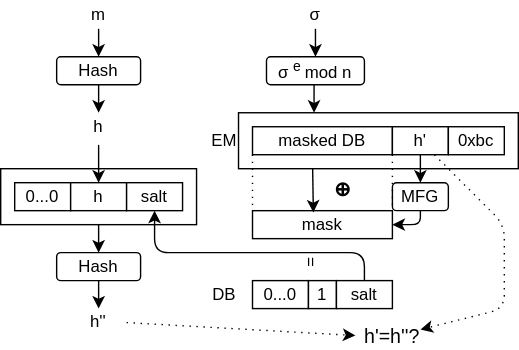
Earlier version of the draw.io export images/lec-rsassa-pss-verify.drawio.svg (herumi/lecture-crypto). Source tidied: cells renumbered, new cells last; positions are measured from the earlier drawing's top-left corner, leaving out a move shared by most shapes.
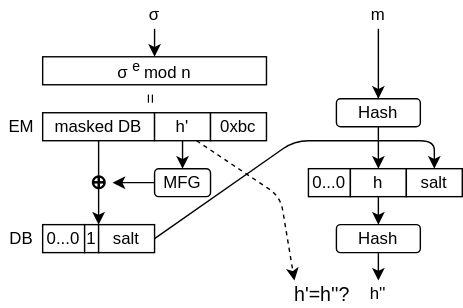
The same file after the commit.

Change to the diagram source:
```diff
@@ -2,153 +2,115 @@
   <root>
     <mxCell id="0" />
     <mxCell id="1" parent="0" />
-    <mxCell id="2" style="rounded=0;whiteSpace=wrap;html=1;" parent="1" vertex="1">
-      <mxGeometry y="120" width="140" height="40" as="geometry" />
-    </mxCell>
     <mxCell id="3" value="&lt;h3 class=&quot;displayString&quot;&gt;⊕&lt;/h3&gt;" style="text;html=1;align=center;verticalAlign=middle;whiteSpace=wrap;rounded=0;" parent="1" vertex="1">
-      <mxGeometry x="230" y="120" width="30" height="30" as="geometry" />
+      <mxGeometry x="210" y="130" width="20" height="20" as="geometry" />
     </mxCell>
-    <mxCell id="4" style="rounded=0;whiteSpace=wrap;html=1;" parent="1" vertex="1">
-      <mxGeometry x="170" y="80" width="200" height="40" as="geometry" />
-    </mxCell>
-    <mxCell id="5" style="edgeStyle=none;html=1;exitX=1;exitY=1;exitDx=0;exitDy=0;entryX=0;entryY=0;entryDx=0;entryDy=0;endArrow=none;endFill=0;dashed=1;dashPattern=1 4;" parent="1" edge="1" source="30" target="21">
-      <mxGeometry relative="1" as="geometry" />
-    </mxCell>
     <mxCell id="6" value="m" style="text;html=1;align=center;verticalAlign=middle;whiteSpace=wrap;rounded=0;" parent="1" vertex="1">
-      <mxGeometry x="50" width="40" height="20" as="geometry" />
+      <mxGeometry x="400" y="10" width="40" height="20" as="geometry" />
     </mxCell>
     <mxCell id="7" style="edgeStyle=none;html=1;entryX=0.5;entryY=0;entryDx=0;entryDy=0;" parent="1" edge="1" target="9">
       <mxGeometry relative="1" as="geometry">
-        <mxPoint x="70" y="110" as="sourcePoint" />
+        <mxPoint x="420" y="110" as="sourcePoint" />
         <Array as="points">
-          <mxPoint x="70" y="100" />
+          <mxPoint x="420" y="70" />
         </Array>
       </mxGeometry>
     </mxCell>
     <mxCell id="8" value="0...0" style="rounded=0;whiteSpace=wrap;html=1;" parent="1" vertex="1">
-      <mxGeometry x="10" y="130" width="40" height="20" as="geometry" />
+      <mxGeometry x="370" y="130" width="30" height="20" as="geometry" />
     </mxCell>
     <mxCell id="9" value="h" style="rounded=0;whiteSpace=wrap;html=1;" parent="1" vertex="1">
-      <mxGeometry x="50" y="130" width="40" height="20" as="geometry" />
+      <mxGeometry x="400" y="130" width="40" height="20" as="geometry" />
     </mxCell>
     <mxCell id="10" value="salt" style="rounded=0;whiteSpace=wrap;html=1;" parent="1" vertex="1">
-      <mxGeometry x="90" y="130" width="40" height="20" as="geometry" />
+      <mxGeometry x="440" y="130" width="40" height="20" as="geometry" />
     </mxCell>
     <mxCell id="11" style="edgeStyle=none;html=1;exitX=0.5;exitY=1;exitDx=0;exitDy=0;entryX=0.5;entryY=0;entryDx=0;entryDy=0;" parent="1" edge="1" source="12" target="31">
       <mxGeometry relative="1" as="geometry" />
     </mxCell>
     <mxCell id="12" value="σ" style="text;html=1;align=center;verticalAlign=middle;whiteSpace=wrap;rounded=0;" parent="1" vertex="1">
-      <mxGeometry x="200" width="50" height="20" as="geometry" />
+      <mxGeometry x="240" y="10" width="40" height="20" as="geometry" />
     </mxCell>
     <mxCell id="13" style="edgeStyle=none;html=1;exitX=0.5;exitY=1;exitDx=0;exitDy=0;entryX=0.5;entryY=0;entryDx=0;entryDy=0;" parent="1" edge="1" source="6" target="15">
       <mxGeometry relative="1" as="geometry" />
     </mxCell>
-    <mxCell id="14" style="edgeStyle=none;html=1;exitX=0.5;exitY=1;exitDx=0;exitDy=0;entryX=0.5;entryY=0;entryDx=0;entryDy=0;" parent="1" edge="1" source="15" target="20">
-      <mxGeometry relative="1" as="geometry" />
-    </mxCell>
     <mxCell id="15" value="Hash" style="rounded=1;whiteSpace=wrap;html=1;" parent="1" vertex="1">
-      <mxGeometry x="40" y="40" width="60" height="20" as="geometry" />
+      <mxGeometry x="390" y="80" width="60" height="20" as="geometry" />
     </mxCell>
     <mxCell id="16" value="0...0" style="rounded=0;whiteSpace=wrap;html=1;" parent="1" vertex="1">
-      <mxGeometry x="180" y="200" width="40" height="20" as="geometry" />
+      <mxGeometry x="180" y="170" width="30" height="20" as="geometry" />
     </mxCell>
     <mxCell id="17" value="1" style="rounded=0;whiteSpace=wrap;html=1;" parent="1" vertex="1">
-      <mxGeometry x="220" y="200" width="20" height="20" as="geometry" />
+      <mxGeometry x="210" y="170" width="10" height="20" as="geometry" />
     </mxCell>
-    <mxCell id="18" style="edgeStyle=none;html=1;exitX=0.5;exitY=0;exitDx=0;exitDy=0;entryX=0.5;entryY=1;entryDx=0;entryDy=0;" parent="1" edge="1" source="19" target="10">
-      <mxGeometry relative="1" as="geometry">
-        <Array as="points">
-          <mxPoint x="260" y="180" />
-          <mxPoint x="110" y="180" />
-        </Array>
-      </mxGeometry>
-    </mxCell>
     <mxCell id="19" value="salt" style="rounded=0;whiteSpace=wrap;html=1;" parent="1" vertex="1">
-      <mxGeometry x="240" y="200" width="40" height="20" as="geometry" />
+      <mxGeometry x="220" y="170" width="40" height="20" as="geometry" />
     </mxCell>
-    <mxCell id="20" value="h" style="text;html=1;align=center;verticalAlign=middle;whiteSpace=wrap;rounded=0;" parent="1" vertex="1">
-      <mxGeometry x="50" y="80" width="40" height="20" as="geometry" />
-    </mxCell>
-    <mxCell id="21" value="mask" style="rounded=0;whiteSpace=wrap;html=1;" parent="1" vertex="1">
-      <mxGeometry x="180" y="150" width="100" height="20" as="geometry" />
-    </mxCell>
-    <mxCell id="22" style="edgeStyle=none;html=1;exitX=0.5;exitY=1;exitDx=0;exitDy=0;entryX=1;entryY=0.5;entryDx=0;entryDy=0;" parent="1" edge="1" source="23" target="21">
-      <mxGeometry relative="1" as="geometry">
-        <Array as="points">
-          <mxPoint x="300" y="160" />
-        </Array>
-      </mxGeometry>
+    <mxCell id="22" style="edgeStyle=none;html=1;exitX=0;exitY=0.5;exitDx=0;exitDy=0;entryX=1;entryY=0.5;entryDx=0;entryDy=0;" parent="1" edge="1" source="23" target="3">
+      <mxGeometry relative="1" as="geometry" />
     </mxCell>
     <mxCell id="23" value="MFG" style="rounded=1;whiteSpace=wrap;html=1;" parent="1" vertex="1">
-      <mxGeometry x="280" y="130" width="40" height="20" as="geometry" />
+      <mxGeometry x="260" y="130" width="40" height="20" as="geometry" />
     </mxCell>
     <mxCell id="24" value="masked DB" style="rounded=0;whiteSpace=wrap;html=1;" parent="1" vertex="1">
-      <mxGeometry x="180" y="90" width="100" height="20" as="geometry" />
+      <mxGeometry x="180" y="90" width="80" height="20" as="geometry" />
     </mxCell>
     <mxCell id="25" value="DB" style="text;html=1;align=center;verticalAlign=middle;whiteSpace=wrap;rounded=0;" parent="1" vertex="1">
-      <mxGeometry x="140" y="200" width="40" height="20" as="geometry" />
+      <mxGeometry x="150" y="170" width="30" height="20" as="geometry" />
     </mxCell>
     <mxCell id="26" style="edgeStyle=none;html=1;exitX=0.5;exitY=1;exitDx=0;exitDy=0;entryX=0.5;entryY=0;entryDx=0;entryDy=0;" parent="1" edge="1" source="28" target="23">
       <mxGeometry relative="1" as="geometry" />
     </mxCell>
-    <mxCell id="27" style="edgeStyle=none;html=1;exitX=0.75;exitY=1;exitDx=0;exitDy=0;entryX=1;entryY=0.25;entryDx=0;entryDy=0;dashed=1;dashPattern=1 4;" parent="1" edge="1" source="28" target="40">
+    <mxCell id="27" style="edgeStyle=none;html=1;exitX=0.75;exitY=1;exitDx=0;exitDy=0;entryX=0;entryY=0;entryDx=0;entryDy=0;dashed=1;" parent="1" edge="1" source="28" target="40">
       <mxGeometry relative="1" as="geometry">
         <Array as="points">
-          <mxPoint x="360" y="160" />
-          <mxPoint x="360" y="220" />
+          <mxPoint x="350" y="150" />
         </Array>
       </mxGeometry>
     </mxCell>
     <mxCell id="28" value="h'" style="rounded=0;whiteSpace=wrap;html=1;" parent="1" vertex="1">
-      <mxGeometry x="280" y="90" width="40" height="20" as="geometry" />
+      <mxGeometry x="260" y="90" width="40" height="20" as="geometry" />
     </mxCell>
     <mxCell id="29" value="0xbc" style="rounded=0;whiteSpace=wrap;html=1;" parent="1" vertex="1">
-      <mxGeometry x="320" y="90" width="40" height="20" as="geometry" />
+      <mxGeometry x="300" y="90" width="40" height="20" as="geometry" />
     </mxCell>
     <mxCell id="30" value="EM" style="text;html=1;align=center;verticalAlign=middle;whiteSpace=wrap;rounded=0;" parent="1" vertex="1">
-      <mxGeometry x="140" y="90" width="40" height="20" as="geometry" />
+      <mxGeometry x="150" y="90" width="30" height="20" as="geometry" />
     </mxCell>
-    <mxCell id="31" value="σ&lt;sup&gt;e&lt;/sup&gt; mod n" style="rounded=1;whiteSpace=wrap;html=1;" parent="1" vertex="1">
-      <mxGeometry x="190" y="40" width="70" height="20" as="geometry" />
+    <mxCell id="31" value="σ&lt;sup&gt;e&lt;/sup&gt; mod n" style="rounded=0;whiteSpace=wrap;html=1;" parent="1" vertex="1">
+      <mxGeometry x="180" y="50" width="160" height="20" as="geometry" />
     </mxCell>
-    <mxCell id="32" style="edgeStyle=none;html=1;exitX=0.5;exitY=1;exitDx=0;exitDy=0;entryX=0.5;entryY=0;entryDx=0;entryDy=0;" parent="1" edge="1">
-      <mxGeometry relative="1" as="geometry">
-        <mxPoint x="224" y="60" as="sourcePoint" />
-        <mxPoint x="224" y="80" as="targetPoint" />
-      </mxGeometry>
-    </mxCell>
-    <mxCell id="33" style="edgeStyle=none;html=1;exitX=1;exitY=1;exitDx=0;exitDy=0;entryX=1;entryY=0;entryDx=0;entryDy=0;endArrow=none;endFill=0;dashed=1;dashPattern=1 4;" parent="1" edge="1" source="24" target="21">
-      <mxGeometry relative="1" as="geometry" />
-    </mxCell>
-    <mxCell id="34" style="edgeStyle=none;html=1;exitX=0.5;exitY=1;exitDx=0;exitDy=0;entryX=0.435;entryY=0.065;entryDx=0;entryDy=0;entryPerimeter=0;" parent="1" edge="1" target="21">
-      <mxGeometry relative="1" as="geometry">
-        <mxPoint x="223" y="120" as="sourcePoint" />
-      </mxGeometry>
+    <mxCell id="34" style="edgeStyle=none;html=1;exitX=0.5;exitY=1;exitDx=0;exitDy=0;entryX=0;entryY=0;entryDx=0;entryDy=0;" parent="1" edge="1" source="24" target="19">
+      <mxGeometry relative="1" as="geometry" />
     </mxCell>
-    <mxCell id="35" value="=" style="text;html=1;align=center;verticalAlign=middle;whiteSpace=wrap;rounded=0;rotation=-90;" parent="1" vertex="1">
-      <mxGeometry x="207" y="177" width="30" height="20" as="geometry" />
-    </mxCell>
-    <mxCell id="36" style="edgeStyle=none;html=1;exitX=0.5;exitY=1;exitDx=0;exitDy=0;entryX=0.5;entryY=0;entryDx=0;entryDy=0;" parent="1" edge="1" target="37">
-      <mxGeometry relative="1" as="geometry">
-        <mxPoint x="70" y="160" as="sourcePoint" />
-      </mxGeometry>
+    <mxCell id="36" style="edgeStyle=none;html=1;exitX=0.5;exitY=1;exitDx=0;exitDy=0;entryX=0.5;entryY=0;entryDx=0;entryDy=0;" parent="1" edge="1" source="9" target="37">
+      <mxGeometry relative="1" as="geometry" />
     </mxCell>
     <mxCell id="37" value="Hash" style="rounded=1;whiteSpace=wrap;html=1;" parent="1" vertex="1">
-      <mxGeometry x="40" y="180" width="60" height="20" as="geometry" />
+      <mxGeometry x="390" y="170" width="60" height="20" as="geometry" />
     </mxCell>
-    <mxCell id="38" style="edgeStyle=none;html=1;exitX=0.5;exitY=1;exitDx=0;exitDy=0;entryX=0.5;entryY=0;entryDx=0;entryDy=0;" parent="1" edge="1" target="39">
-      <mxGeometry relative="1" as="geometry">
-        <mxPoint x="70" y="200" as="sourcePoint" />
-      </mxGeometry>
+    <mxCell id="38" style="edgeStyle=none;html=1;exitX=0.5;exitY=1;exitDx=0;exitDy=0;entryX=0.5;entryY=0;entryDx=0;entryDy=0;" parent="1" edge="1" source="37" target="39">
+      <mxGeometry relative="1" as="geometry" />
     </mxCell>
     <mxCell id="39" value="h''" style="text;html=1;align=center;verticalAlign=middle;whiteSpace=wrap;rounded=0;" parent="1" vertex="1">
-      <mxGeometry x="50" y="220" width="40" height="20" as="geometry" />
+      <mxGeometry x="410" y="210" width="20" height="20" as="geometry" />
     </mxCell>
     <mxCell id="40" value="&lt;font style=&quot;font-size: 14px;&quot;&gt;h'=h''?&lt;/font&gt;" style="text;html=1;align=center;verticalAlign=middle;whiteSpace=wrap;rounded=0;" parent="1" vertex="1">
-      <mxGeometry x="260" y="230" width="40" height="20" as="geometry" />
+      <mxGeometry x="360" y="210" width="40" height="20" as="geometry" />
     </mxCell>
-    <mxCell id="41" style="edgeStyle=none;html=1;exitX=1;exitY=0.5;exitDx=0;exitDy=0;entryX=-0.161;entryY=0.463;entryDx=0;entryDy=0;entryPerimeter=0;dashed=1;dashPattern=1 4;" parent="1" edge="1" source="39" target="40">
-      <mxGeometry relative="1" as="geometry" />
-    </mxCell>
+    <mxCell id="42" style="edgeStyle=none;html=1;" parent="1" edge="1" source="35" target="31">
+      <mxGeometry relative="1" as="geometry" />
+    </mxCell>
+    <mxCell id="35" value="=" style="text;html=1;align=center;verticalAlign=middle;whiteSpace=wrap;rounded=0;rotation=90;" parent="1" vertex="1">
+      <mxGeometry x="247.5" y="70" width="20" height="20" as="geometry" />
+    </mxCell>
+    <mxCell id="18" style="edgeStyle=none;html=1;exitX=1;exitY=0.5;exitDx=0;exitDy=0;entryX=0.5;entryY=0;entryDx=0;entryDy=0;" parent="1" edge="1" source="19" target="10">
+      <mxGeometry relative="1" as="geometry">
+        <Array as="points">
+          <mxPoint x="360" y="110" />
+          <mxPoint x="460" y="110" />
+        </Array>
+      </mxGeometry>
+    </mxCell>
   </root>
 </mxGraphModel>
```
